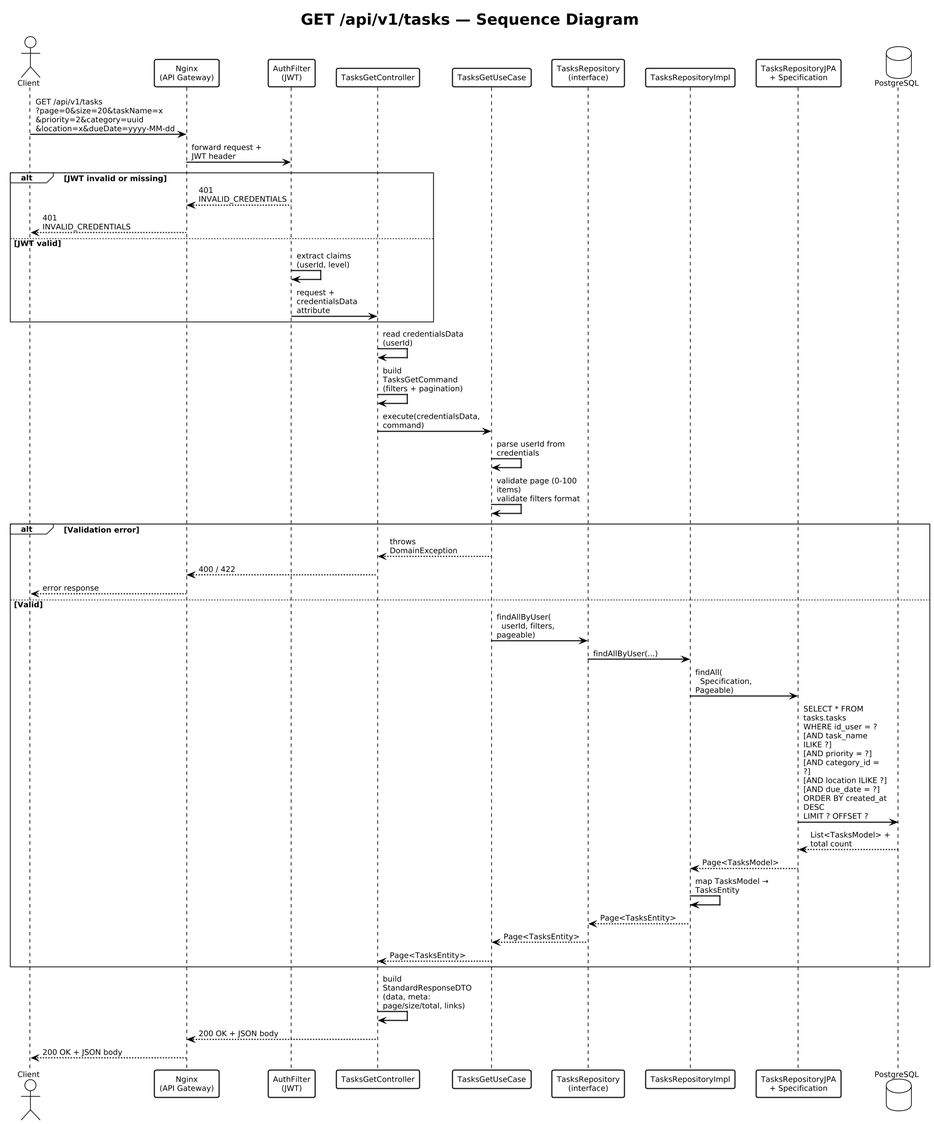
Before: 0_files/UML/Recover Task/1 - Sequence Diagram.png, a diagram exported from PlantUML (juliokozarewicz/dolistico).
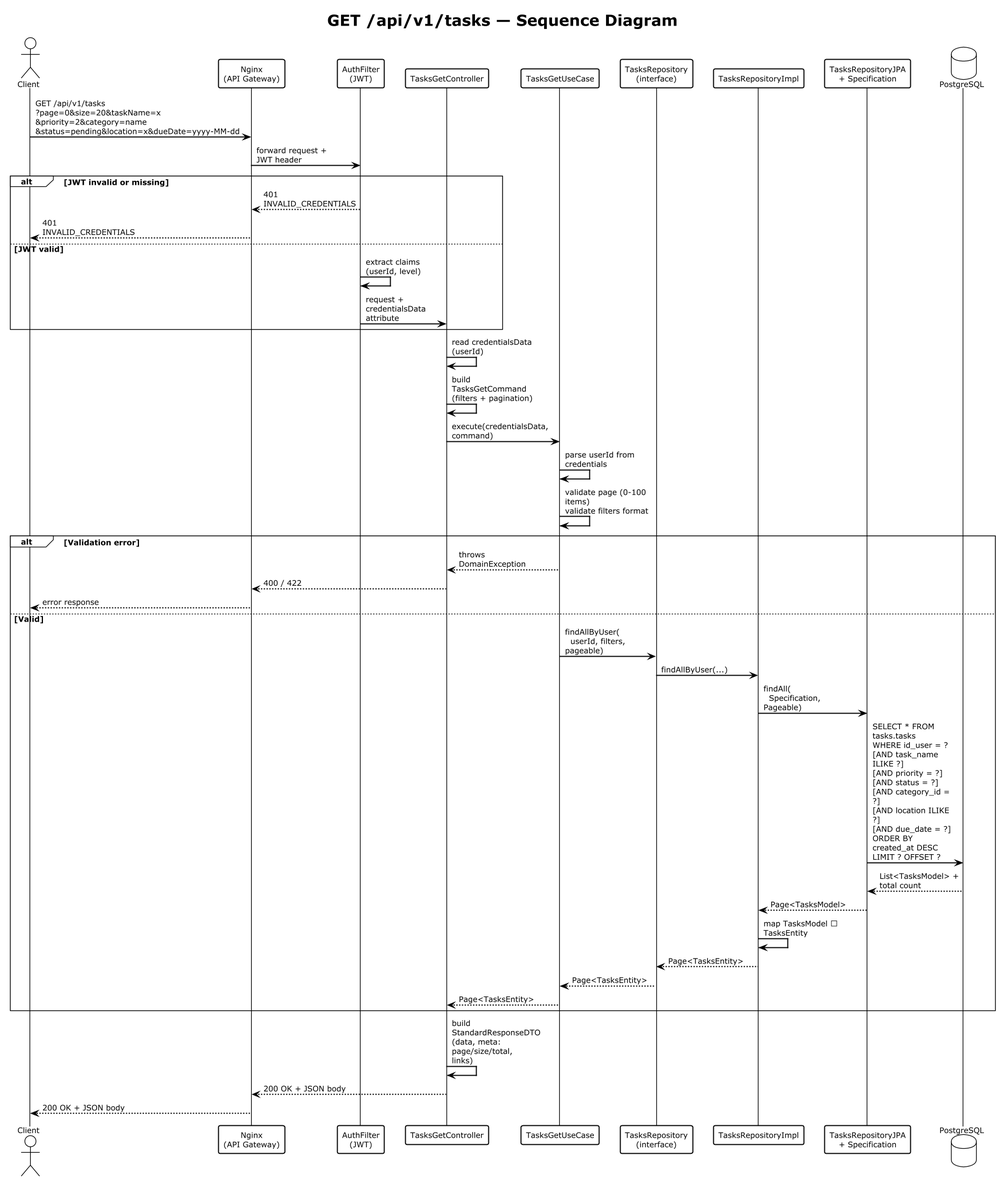
The same file after the commit.

Commit message:
FEATURE( tasks ) Create task development.

Diff of the diagram source:
```diff
@@ -1,4 +1,4 @@
-@startuml
+@startuml Sequence_GET_Tasks
 !theme plain
 skinparam pageMargin 10
 skinparam pageExternalColor white
@@ -22,7 +22,7 @@
 participant "TasksRepositoryJPA\n+ Specification" as JPA
 database    "PostgreSQL"          as DB
 
-CLIENT -> NGINX   : GET /api/v1/tasks\n?page=0&size=20&taskName=x\n&priority=2&category=uuid\n&location=x&dueDate=yyyy-MM-dd
+CLIENT -> NGINX   : GET /api/v1/tasks\n?page=0&size=20&taskName=x\n&priority=2&category=name\n&status=pending&location=x&dueDate=yyyy-MM-dd
 NGINX  -> FILTER  : forward request + JWT header
 
 alt JWT invalid or missing
@@ -48,7 +48,7 @@
     UC -> REPO : findAllByUser(\n  userId, filters, pageable)
     REPO -> IMPL : findAllByUser(...)
     IMPL -> JPA  : findAll(\n  Specification, Pageable)
-    JPA  -> DB   : SELECT * FROM tasks.tasks\nWHERE id_user = ?\n[AND task_name ILIKE ?]\n[AND priority = ?]\n[AND category_id = ?]\n[AND location ILIKE ?]\n[AND due_date = ?]\nORDER BY created_at DESC\nLIMIT ? OFFSET ?
+    JPA  -> DB   : SELECT * FROM tasks.tasks\nWHERE id_user = ?\n[AND task_name ILIKE ?]\n[AND priority = ?]\n[AND status = ?]\n[AND category_id = ?]\n[AND location ILIKE ?]\n[AND due_date = ?]\nORDER BY created_at DESC\nLIMIT ? OFFSET ?
     DB   --> JPA  : List<TasksModel> + total count
     JPA  --> IMPL : Page<TasksModel>
     IMPL -> IMPL  : map TasksModel → TasksEntity
@@ -60,4 +60,5 @@
 CTRL -> CTRL : build StandardResponseDTO\n(data, meta: page/size/total, links)
 CTRL --> NGINX  : 200 OK + JSON body
 NGINX --> CLIENT : 200 OK + JSON body
+
 @enduml
```
